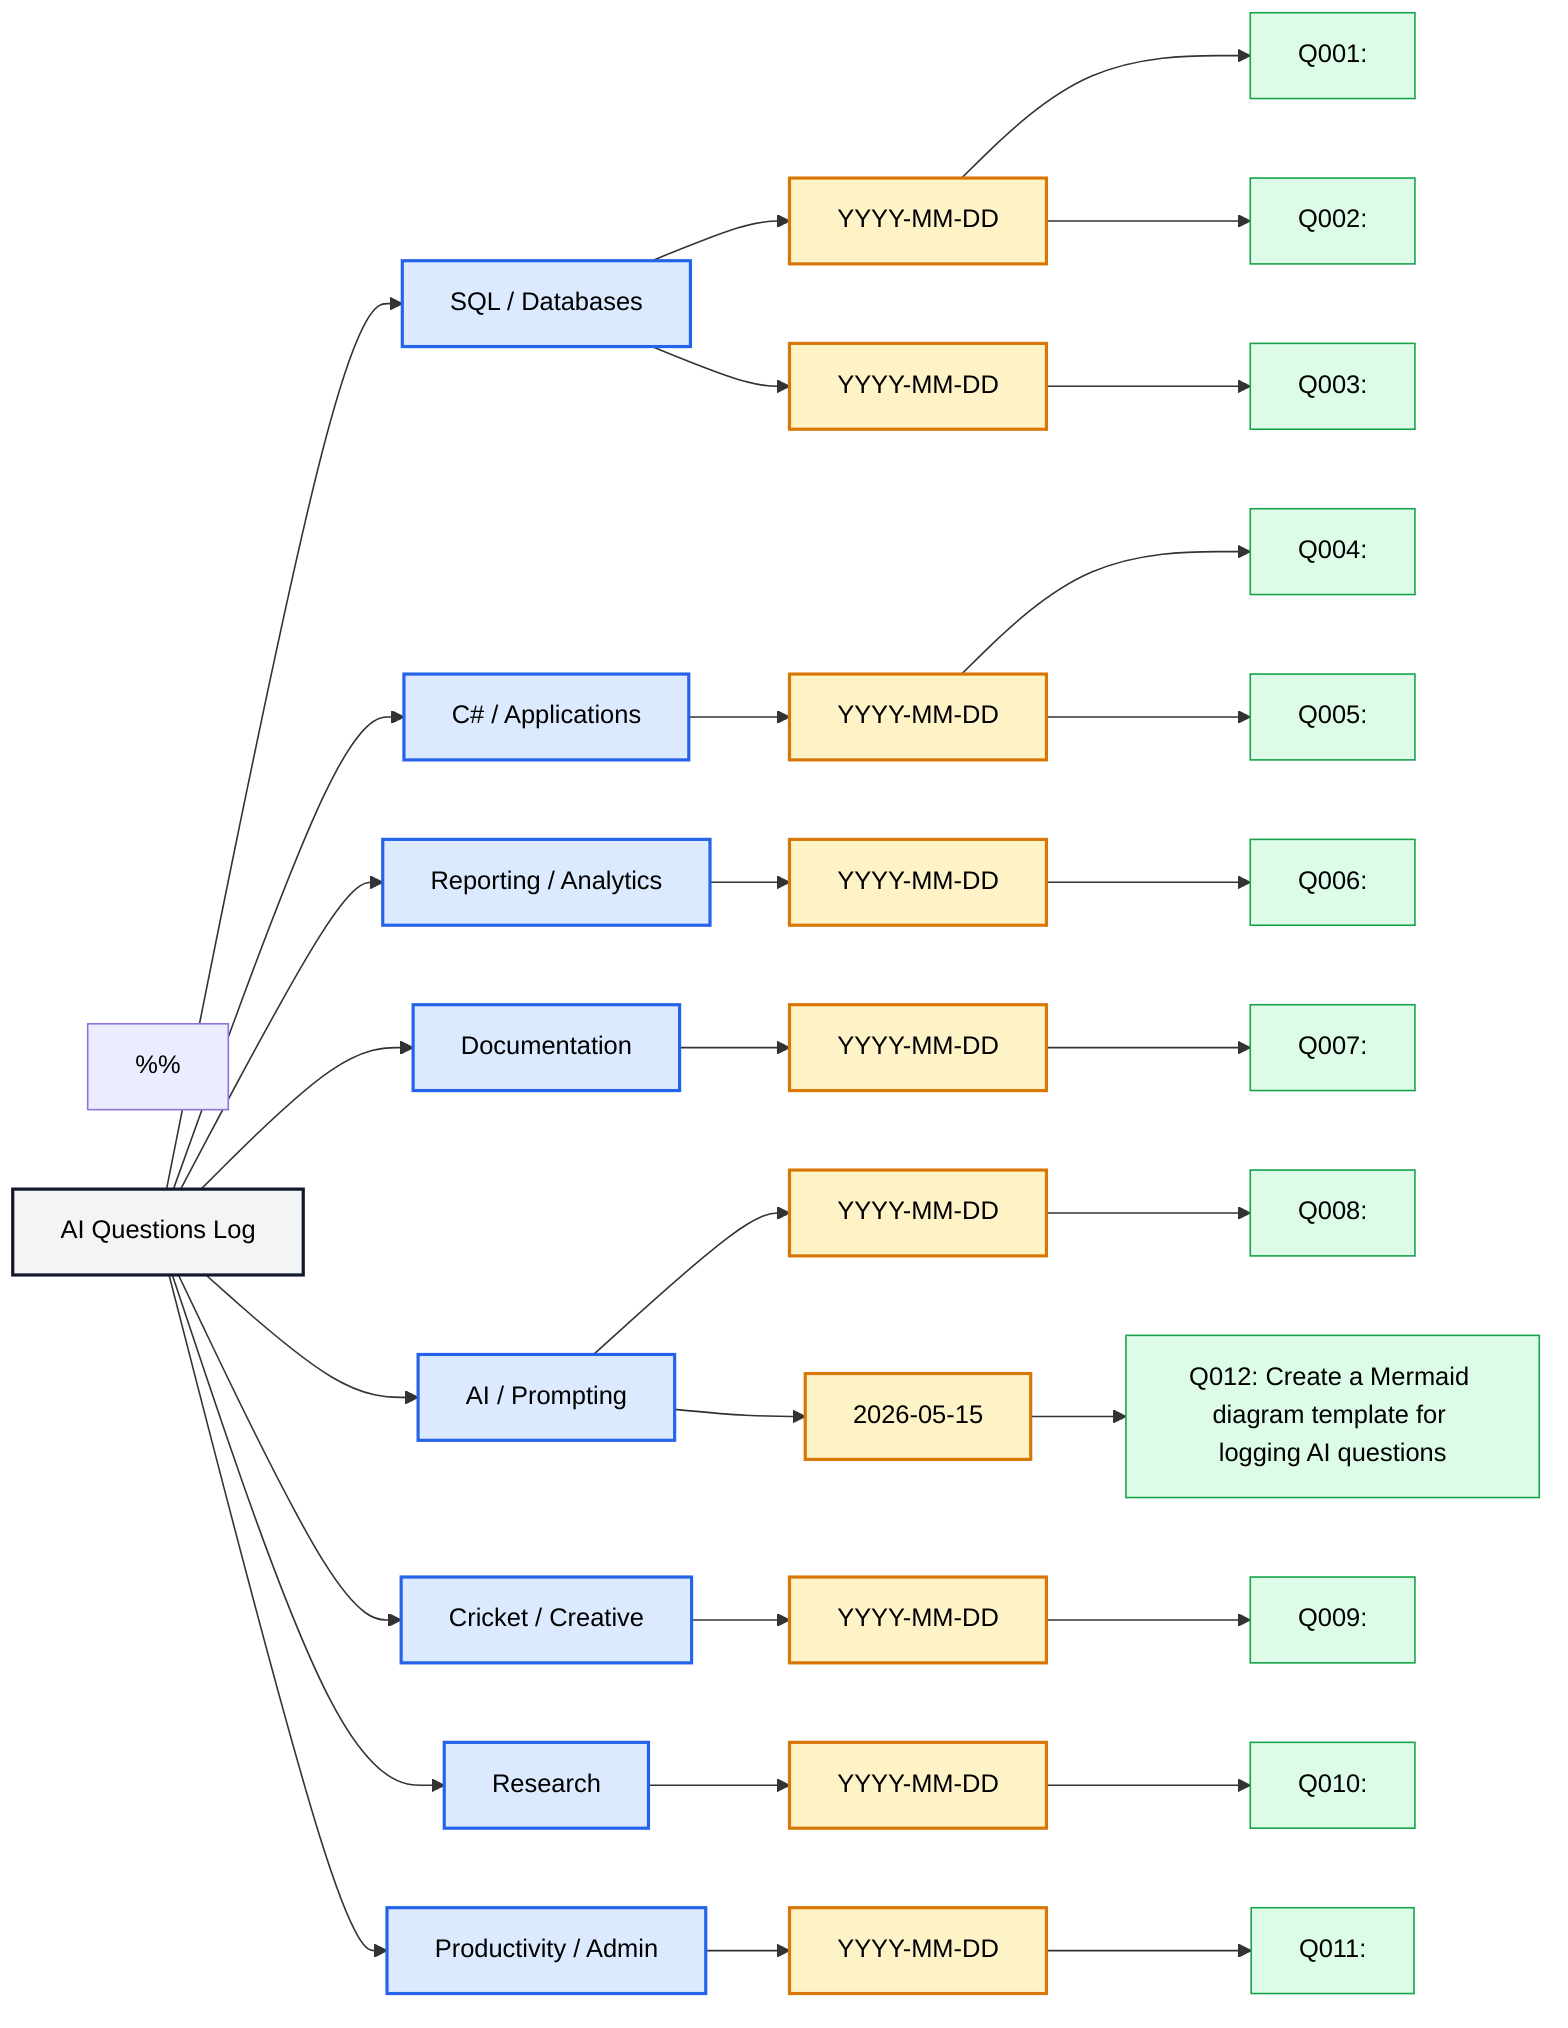
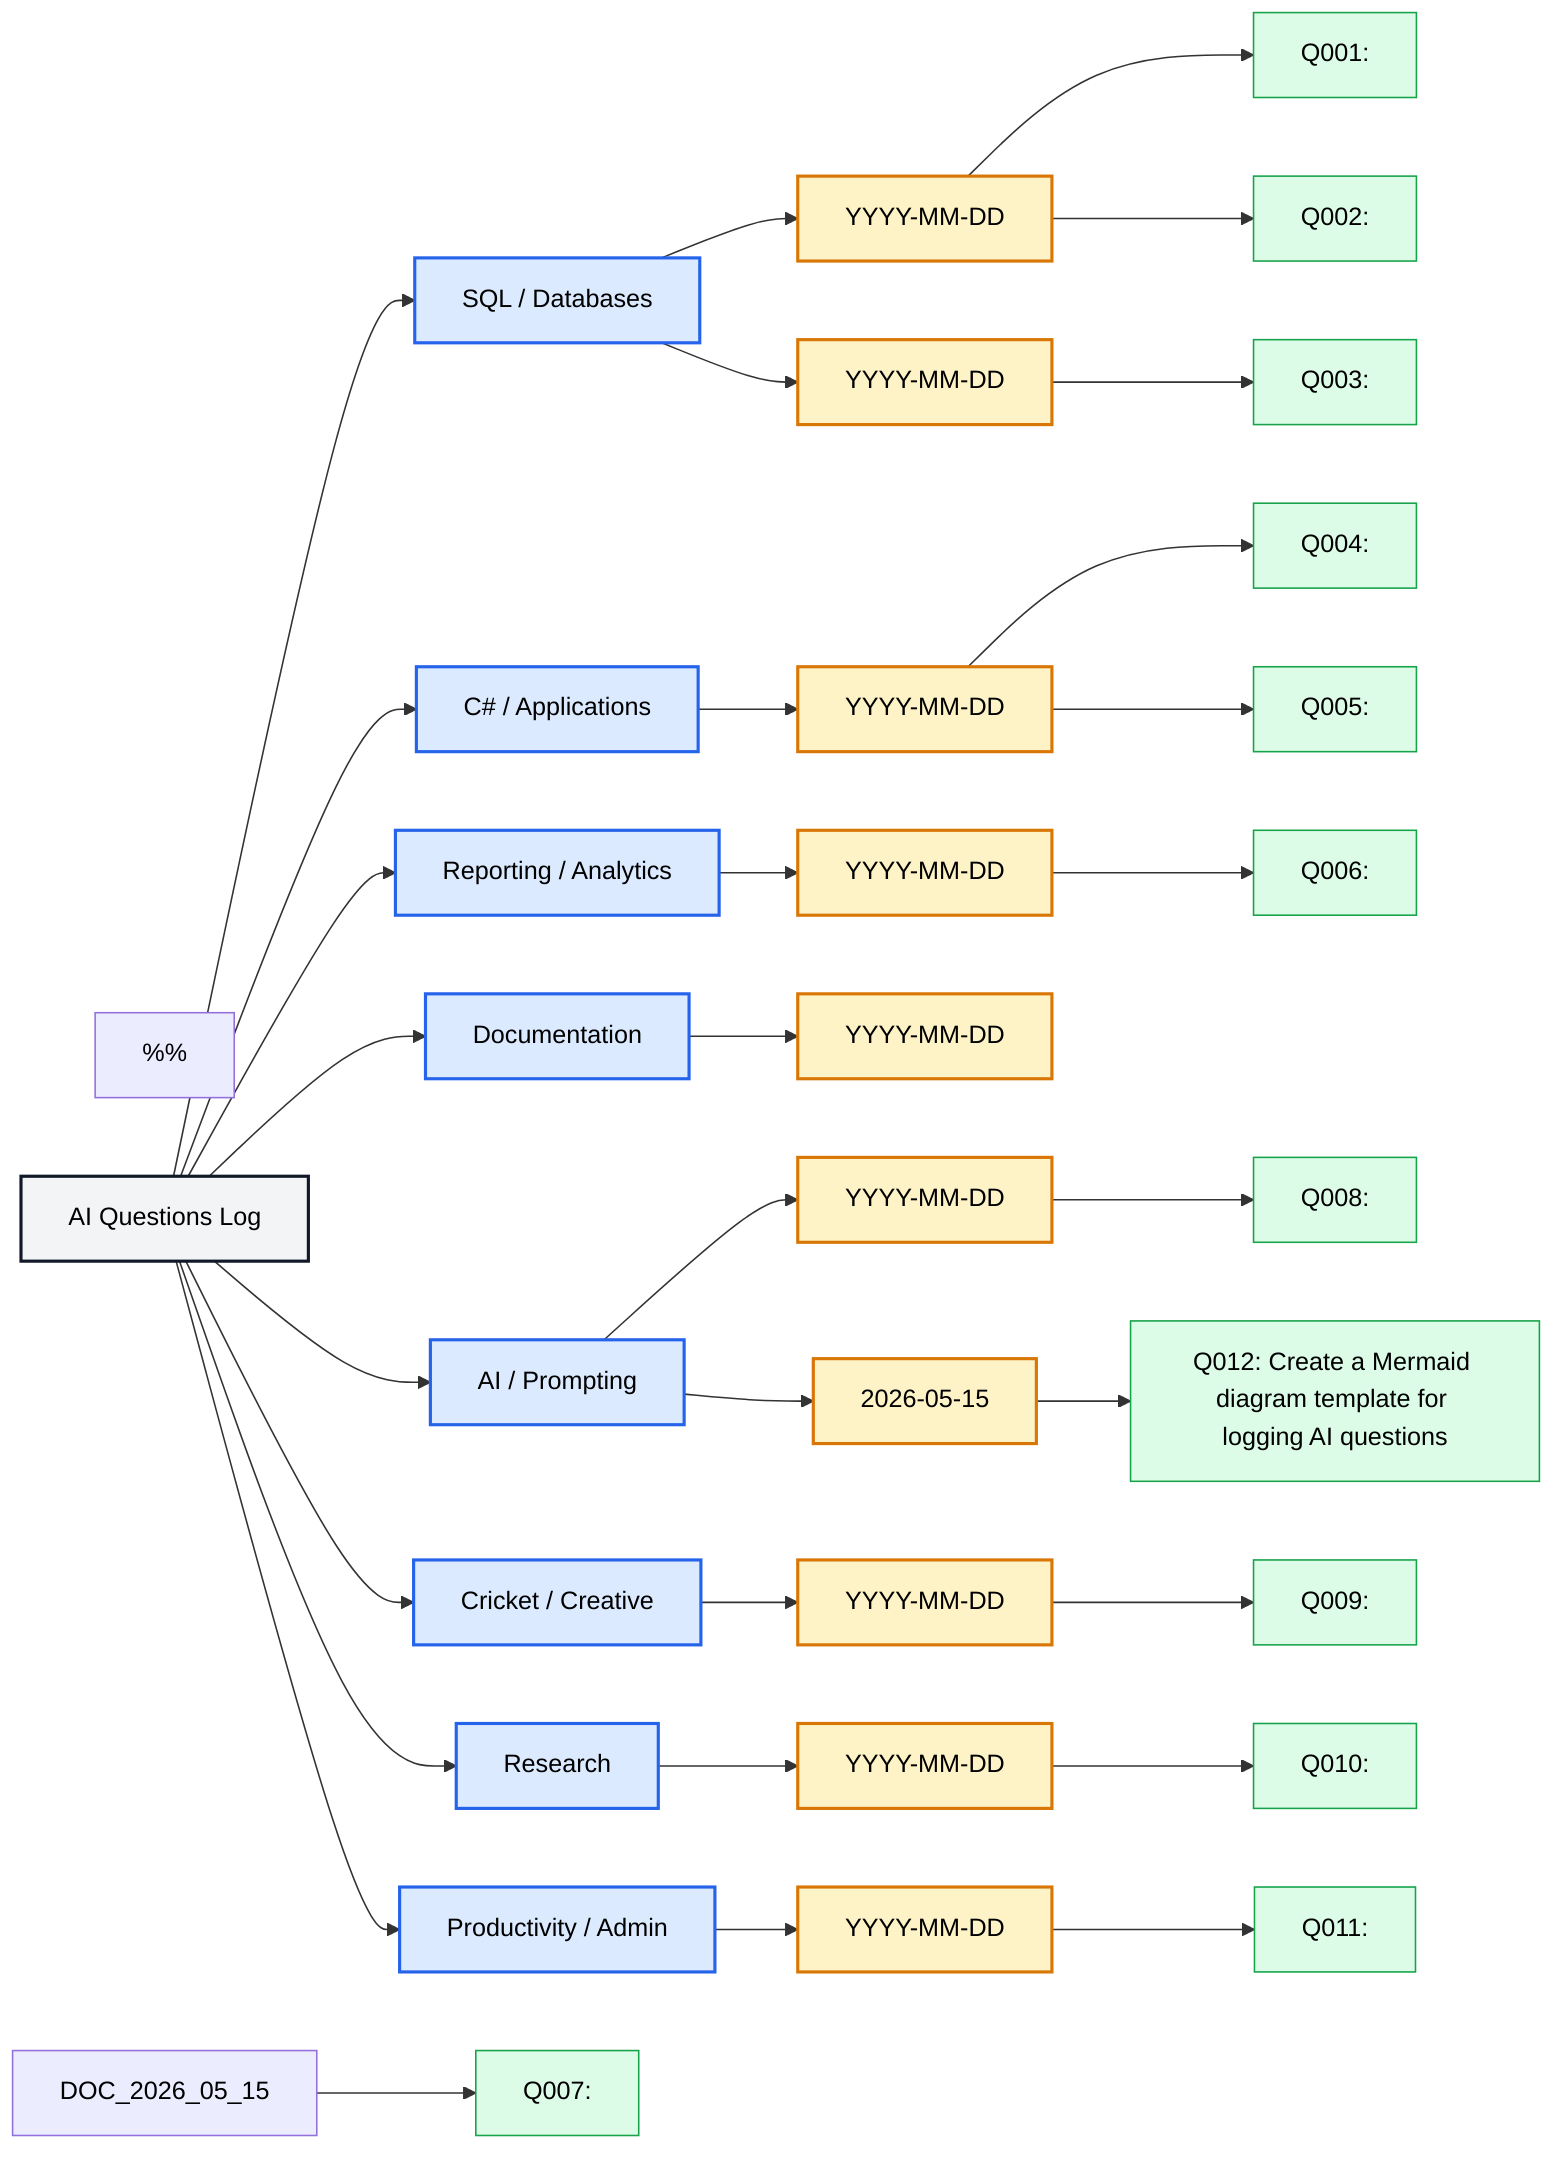
flowchart LR

    %% ============================================================
    %% AI Questions Log
    %% ============================================================
    %% Purpose:
    %% Visually record questions asked to AI assistants.
    %%
    %% Structure:
    %% Topic → Date → Questions
    %%
    %% How to use:
    %% 1. Add new topics under "Main Topics"
    %% 2. Add dates under the relevant topic
    %% 3. Add questions under the relevant date
    %% 4. Keep Q numbers unique across the whole diagram
    %% ============================================================


    %% ============================================================
    %% Root
    %% ============================================================

    Log[AI Questions Log]
    %% Main Topics
    %% ============================================================

    Log --> SQL[SQL / Databases]
    Log --> CSharp[C# / Applications]
    Log --> Reporting[Reporting / Analytics]
    Log --> Docs[Documentation]
    Log --> Prompting[AI / Prompting]
    Log --> Creative[Cricket / Creative]
    Log --> Research[Research]
    Log --> Admin[Productivity / Admin]


    %% ============================================================
    %% SQL / Databases
    %% ============================================================

    SQL --> SQL_YYYY_MM_DD[YYYY-MM-DD]
    SQL_YYYY_MM_DD --> SQL_Q001["Q001: <Question asked>"]
    SQL_YYYY_MM_DD --> SQL_Q002["Q002: <Question asked>"]

    SQL --> SQL_YYYY_MM_DD_2[YYYY-MM-DD]
    SQL_YYYY_MM_DD_2 --> SQL_Q003["Q003: <Question asked>"]


    %% ============================================================
    %% C# / Applications
    %% ============================================================

    CSharp --> CS_YYYY_MM_DD[YYYY-MM-DD]
    CS_YYYY_MM_DD --> CS_Q004["Q004: <Question asked>"]
    CS_YYYY_MM_DD --> CS_Q005["Q005: <Question asked>"]


    %% ============================================================
    %% Reporting / Analytics
    %% ============================================================

    Reporting --> REP_YYYY_MM_DD[YYYY-MM-DD]
    REP_YYYY_MM_DD --> REP_Q006["Q006: <Question asked>"]


    %% ============================================================
    %% Documentation
    %% ============================================================

    Docs --> DOC_YYYY_MM_DD[YYYY-MM-DD]
-     DOC_YYYY_MM_DD --> DOC_Q007["Q007: <Question asked>"]
+     DOC_2026_05_15 --> DOC_Q007["Q007: <Create Mermaid Diagram I can Use to Documnet AI Agent Questions>"]


    %% ============================================================
    %% AI / Prompting
    %% ============================================================

    Prompting --> AI_YYYY_MM_DD[YYYY-MM-DD]
    AI_YYYY_MM_DD --> AI_Q008["Q008: <Question asked>"]


    %% ============================================================
    %% Cricket / Creative
    %% ============================================================

    Creative --> CRE_YYYY_MM_DD[YYYY-MM-DD]
    CRE_YYYY_MM_DD --> CRE_Q009["Q009: <Question asked>"]


    %% ============================================================
    %% Research
    %% ============================================================

    Research --> RES_YYYY_MM_DD[YYYY-MM-DD]
    RES_YYYY_MM_DD --> RES_Q010["Q010: <Question asked>"]


    %% ============================================================
    %% Productivity / Admin
    %% ============================================================

    Admin --> ADM_YYYY_MM_DD[YYYY-MM-DD]
    ADM_YYYY_MM_DD --> ADM_Q011["Q011: <Question asked>"]


    %% ============================================================
    %% Current Example Entry
    %% You can delete this section if you want the template fully blank
    %% ============================================================

    Prompting --> AI_2026_05_15[2026-05-15]
    AI_2026_05_15 --> AI_Q012["Q012: Create a Mermaid diagram template for logging AI questions"]


    %% ============================================================
    %% Styling
    %% ============================================================

    classDef root fill:#f3f4f6,stroke:#111827,stroke-width:2px,color:#000;
    classDef topic fill:#dbeafe,stroke:#2563eb,stroke-width:2px,color:#000;
    classDef date fill:#fef3c7,stroke:#d97706,stroke-width:2px,color:#000;
    classDef question fill:#dcfce7,stroke:#16a34a,stroke-width:1px,color:#000;


    %% ============================================================
    %% Apply Styling
    %% ============================================================

    class Log root;

    class SQL,CSharp,Reporting,Docs,Prompting,Creative,Research,Admin topic;

    class SQL_YYYY_MM_DD,SQL_YYYY_MM_DD_2,CS_YYYY_MM_DD,REP_YYYY_MM_DD,DOC_YYYY_MM_DD,AI_YYYY_MM_DD,CRE_YYYY_MM_DD,RES_YYYY_MM_DD,ADM_YYYY_MM_DD,AI_2026_05_15 date;

-     class SQL_Q001,SQL_Q002,SQL_Q003,CS_Q004,CS_Q005,REP_Q006,DOC_Q007,AI_Q008,CRE_Q009,RES_Q010,ADM_Q011,AI_Q012 question;+     class SQL_Q001,SQL_Q002,SQL_Q003,CS_Q004,CS_Q005,REP_Q006,DOC_Q007,AI_Q008,CRE_Q009,RES_Q010,ADM_Q011,AI_Q012 question;
